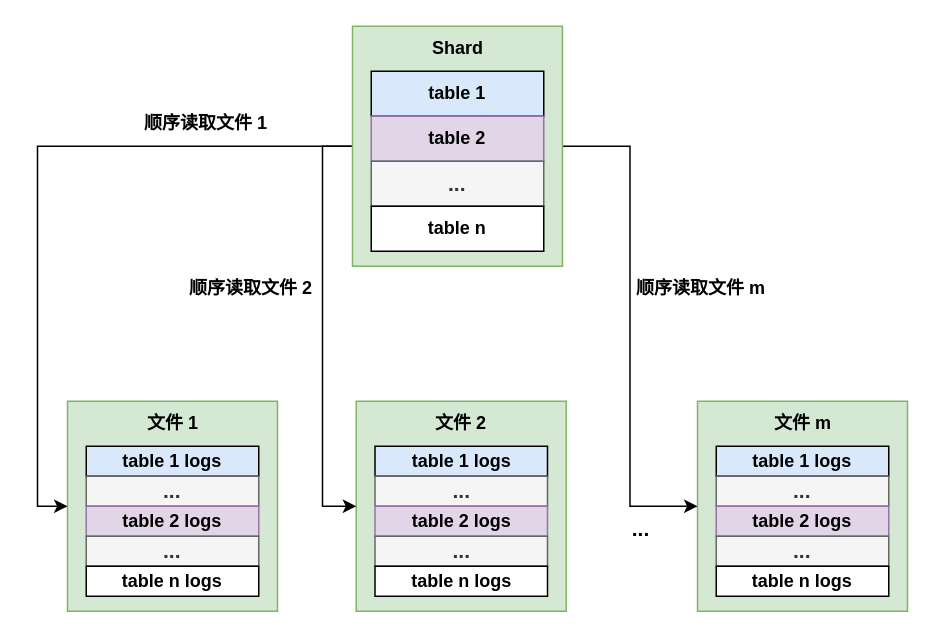
Rachelint/drawio-store keeps this draw.io diagram as rocksshard.drawio. Above is the earlier version. Source tidied: cells renumbered, new cells numbered last; positions are measured from the earlier drawing's top-left corner, leaving out a move shared by most shapes. Both pictures are drawn from the tidied source at 150%, with x=0, y=0 at pixel (68, 26).
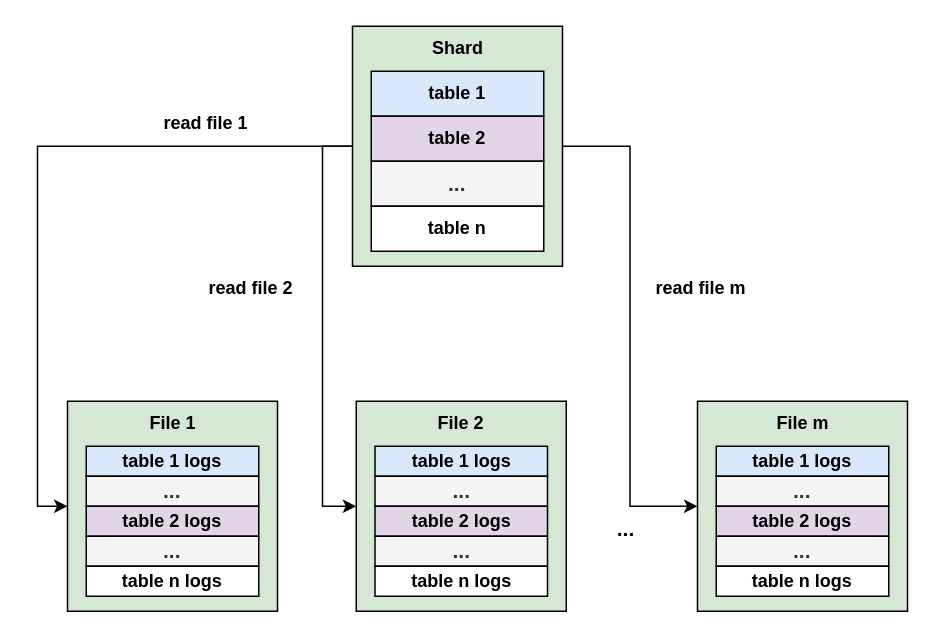
The same diagram, later.

What changed in the source:
```diff
@@
-    <mxCell id="2" style="rounded=0;whiteSpace=wrap;html=1;fillColor=#d5e8d4;strokeColor=#82b366;fontStyle=1;" parent="1" vertex="1">
+    <mxCell id="2" style="rounded=0;whiteSpace=wrap;html=1;fillColor=#d5e8d4;strokeColor=#000000;fontStyle=1;" parent="1" vertex="1">
       <mxGeometry x="419.5" y="250" width="140" height="140" as="geometry" />
     </mxCell>
-    <mxCell id="3" style="rounded=0;whiteSpace=wrap;html=1;fillColor=#d5e8d4;strokeColor=#82b366;fontStyle=1;" parent="1" vertex="1">
+    <mxCell id="3" style="rounded=0;whiteSpace=wrap;html=1;fillColor=#d5e8d4;strokeColor=#000000;fontStyle=1;" parent="1" vertex="1">
       <mxGeometry x="192" y="250" width="140" height="140" as="geometry" />
     </mxCell>
-    <mxCell id="4" style="rounded=0;whiteSpace=wrap;html=1;fillColor=#d5e8d4;strokeColor=#82b366;fontStyle=1;" parent="1" vertex="1">
+    <mxCell id="4" style="rounded=0;whiteSpace=wrap;html=1;fillColor=#d5e8d4;strokeColor=#000000;fontStyle=1;" parent="1" vertex="1">
       <mxGeometry x="-0.5" y="250" width="140" height="140" as="geometry" />
     </mxCell>
@@
-    <mxCell id="8" style="rounded=0;whiteSpace=wrap;html=1;fillColor=#d5e8d4;strokeColor=#82b366;fontStyle=1;" parent="1" vertex="1">
+    <mxCell id="8" style="rounded=0;whiteSpace=wrap;html=1;fillColor=#d5e8d4;strokeColor=#000000;fontStyle=1;" parent="1" vertex="1">
       <mxGeometry x="189.5" width="140" height="160" as="geometry" />
     </mxCell>
@@
-    <mxCell id="10" value="table 2" style="rounded=0;whiteSpace=wrap;html=1;fillColor=#e1d5e7;strokeColor=#9673a6;fontStyle=1;" parent="1" vertex="1">
+    <mxCell id="10" value="table 2" style="rounded=0;whiteSpace=wrap;html=1;fillColor=#e1d5e7;strokeColor=#000000;fontStyle=1;" parent="1" vertex="1">
       <mxGeometry x="202" y="60" width="115" height="30" as="geometry" />
     </mxCell>
-    <mxCell id="11" value="&lt;font style=&quot;font-size: 14px;&quot;&gt;&lt;span&gt;...&lt;/span&gt;&lt;/font&gt;" style="rounded=0;whiteSpace=wrap;html=1;fillColor=#f5f5f5;strokeColor=#666666;fontColor=#333333;fontStyle=1;" parent="1" vertex="1">
+    <mxCell id="11" value="&lt;font style=&quot;font-size: 14px;&quot;&gt;&lt;span&gt;...&lt;/span&gt;&lt;/font&gt;" style="rounded=0;whiteSpace=wrap;html=1;fillColor=#f5f5f5;strokeColor=#000000;fontColor=#333333;fontStyle=1;" parent="1" vertex="1">
       <mxGeometry x="202" y="90" width="115" height="30" as="geometry" />
     </mxCell>
-    <mxCell id="12" value="table n" style="rounded=0;whiteSpace=wrap;html=1;fontStyle=1;" parent="1" vertex="1">
+    <mxCell id="12" value="table n" style="rounded=0;whiteSpace=wrap;html=1;fontStyle=1;strokeColor=#000000;" parent="1" vertex="1">
       <mxGeometry x="202" y="120" width="115" height="30" as="geometry" />
     </mxCell>
@@
-    <mxCell id="15" value="&lt;font style=&quot;font-size: 14px;&quot;&gt;&lt;span&gt;...&lt;/span&gt;&lt;/font&gt;" style="rounded=0;whiteSpace=wrap;html=1;fillColor=#f5f5f5;strokeColor=#666666;fontColor=#333333;fontStyle=1;" parent="1" vertex="1">
+    <mxCell id="15" value="&lt;font style=&quot;font-size: 14px;&quot;&gt;&lt;span&gt;...&lt;/span&gt;&lt;/font&gt;" style="rounded=0;whiteSpace=wrap;html=1;fillColor=#f5f5f5;strokeColor=#000000;fontColor=#333333;fontStyle=1;" parent="1" vertex="1">
       <mxGeometry x="12" y="300" width="115" height="20" as="geometry" />
     </mxCell>
-    <mxCell id="16" value="table 2 logs" style="rounded=0;whiteSpace=wrap;html=1;fillColor=#e1d5e7;strokeColor=#9673a6;fontStyle=1;" parent="1" vertex="1">
+    <mxCell id="16" value="table 2 logs" style="rounded=0;whiteSpace=wrap;html=1;fillColor=#e1d5e7;strokeColor=#000000;fontStyle=1;" parent="1" vertex="1">
       <mxGeometry x="12" y="320" width="115" height="20" as="geometry" />
     </mxCell>
-    <mxCell id="17" value="&lt;font style=&quot;font-size: 14px;&quot;&gt;&lt;span&gt;...&lt;/span&gt;&lt;/font&gt;" style="rounded=0;whiteSpace=wrap;html=1;fillColor=#f5f5f5;strokeColor=#666666;fontColor=#333333;fontStyle=1;" parent="1" vertex="1">
+    <mxCell id="17" value="&lt;font style=&quot;font-size: 14px;&quot;&gt;&lt;span&gt;...&lt;/span&gt;&lt;/font&gt;" style="rounded=0;whiteSpace=wrap;html=1;fillColor=#f5f5f5;strokeColor=#000000;fontColor=#333333;fontStyle=1;" parent="1" vertex="1">
       <mxGeometry x="12" y="340" width="115" height="20" as="geometry" />
     </mxCell>
-    <mxCell id="18" value="table n logs" style="rounded=0;whiteSpace=wrap;html=1;fontStyle=1;" parent="1" vertex="1">
+    <mxCell id="18" value="table n logs" style="rounded=0;whiteSpace=wrap;html=1;fontStyle=1;strokeColor=#000000;" parent="1" vertex="1">
       <mxGeometry x="12" y="360" width="115" height="20" as="geometry" />
     </mxCell>
@@
-    <mxCell id="20" value="&lt;font style=&quot;font-size: 14px;&quot;&gt;&lt;span&gt;...&lt;/span&gt;&lt;/font&gt;" style="rounded=0;whiteSpace=wrap;html=1;fillColor=#f5f5f5;strokeColor=#666666;fontColor=#333333;fontStyle=1;" parent="1" vertex="1">
+    <mxCell id="20" value="&lt;font style=&quot;font-size: 14px;&quot;&gt;&lt;span&gt;...&lt;/span&gt;&lt;/font&gt;" style="rounded=0;whiteSpace=wrap;html=1;fillColor=#f5f5f5;strokeColor=#000000;fontColor=#333333;fontStyle=1;" parent="1" vertex="1">
       <mxGeometry x="204.5" y="300" width="115" height="20" as="geometry" />
     </mxCell>
-    <mxCell id="21" value="table 2 logs" style="rounded=0;whiteSpace=wrap;html=1;fillColor=#e1d5e7;strokeColor=#9673a6;fontStyle=1;" parent="1" vertex="1">
+    <mxCell id="21" value="table 2 logs" style="rounded=0;whiteSpace=wrap;html=1;fillColor=#e1d5e7;strokeColor=#000000;fontStyle=1;" parent="1" vertex="1">
       <mxGeometry x="204.5" y="320" width="115" height="20" as="geometry" />
     </mxCell>
-    <mxCell id="22" value="&lt;font style=&quot;font-size: 14px;&quot;&gt;&lt;span&gt;...&lt;/span&gt;&lt;/font&gt;" style="rounded=0;whiteSpace=wrap;html=1;fillColor=#f5f5f5;strokeColor=#666666;fontColor=#333333;fontStyle=1;" parent="1" vertex="1">
+    <mxCell id="22" value="&lt;font style=&quot;font-size: 14px;&quot;&gt;&lt;span&gt;...&lt;/span&gt;&lt;/font&gt;" style="rounded=0;whiteSpace=wrap;html=1;fillColor=#f5f5f5;strokeColor=#000000;fontColor=#333333;fontStyle=1;" parent="1" vertex="1">
       <mxGeometry x="204.5" y="340" width="115" height="20" as="geometry" />
     </mxCell>
-    <mxCell id="23" value="table n logs" style="rounded=0;whiteSpace=wrap;html=1;fontStyle=1;" parent="1" vertex="1">
+    <mxCell id="23" value="table n logs" style="rounded=0;whiteSpace=wrap;html=1;fontStyle=1;strokeColor=#000000;" parent="1" vertex="1">
       <mxGeometry x="204.5" y="360" width="115" height="20" as="geometry" />
     </mxCell>
@@
-    <mxCell id="25" value="&lt;font style=&quot;font-size: 14px;&quot;&gt;&lt;span&gt;...&lt;/span&gt;&lt;/font&gt;" style="rounded=0;whiteSpace=wrap;html=1;fillColor=#f5f5f5;strokeColor=#666666;fontColor=#333333;fontStyle=1;" parent="1" vertex="1">
+    <mxCell id="25" value="&lt;font style=&quot;font-size: 14px;&quot;&gt;&lt;span&gt;...&lt;/span&gt;&lt;/font&gt;" style="rounded=0;whiteSpace=wrap;html=1;fillColor=#f5f5f5;strokeColor=#000000;fontColor=#333333;fontStyle=1;" parent="1" vertex="1">
       <mxGeometry x="432" y="300" width="115" height="20" as="geometry" />
     </mxCell>
-    <mxCell id="26" value="table 2 logs" style="rounded=0;whiteSpace=wrap;html=1;fillColor=#e1d5e7;strokeColor=#9673a6;fontStyle=1;" parent="1" vertex="1">
+    <mxCell id="26" value="table 2 logs" style="rounded=0;whiteSpace=wrap;html=1;fillColor=#e1d5e7;strokeColor=#000000;fontStyle=1;" parent="1" vertex="1">
       <mxGeometry x="432" y="320" width="115" height="20" as="geometry" />
     </mxCell>
-    <mxCell id="27" value="&lt;font style=&quot;font-size: 14px;&quot;&gt;&lt;span&gt;...&lt;/span&gt;&lt;/font&gt;" style="rounded=0;whiteSpace=wrap;html=1;fillColor=#f5f5f5;strokeColor=#666666;fontColor=#333333;fontStyle=1;" parent="1" vertex="1">
+    <mxCell id="27" value="&lt;font style=&quot;font-size: 14px;&quot;&gt;&lt;span&gt;...&lt;/span&gt;&lt;/font&gt;" style="rounded=0;whiteSpace=wrap;html=1;fillColor=#f5f5f5;strokeColor=#000000;fontColor=#333333;fontStyle=1;" parent="1" vertex="1">
       <mxGeometry x="432" y="340" width="115" height="20" as="geometry" />
     </mxCell>
-    <mxCell id="28" value="table n logs" style="rounded=0;whiteSpace=wrap;html=1;fontStyle=1;" parent="1" vertex="1">
+    <mxCell id="28" value="table n logs" style="rounded=0;whiteSpace=wrap;html=1;fontStyle=1;strokeColor=#000000;" parent="1" vertex="1">
       <mxGeometry x="432" y="360" width="115" height="20" as="geometry" />
     </mxCell>
     <mxCell id="29" value="&lt;font style=&quot;font-size: 14px;&quot;&gt;&lt;span&gt;...&lt;/span&gt;&lt;br&gt;&lt;/font&gt;" style="text;html=1;strokeColor=none;fillColor=none;align=center;verticalAlign=middle;whiteSpace=wrap;rounded=0;fontStyle=1;" parent="1" vertex="1">
-      <mxGeometry x="352" y="320" width="60" height="30" as="geometry" />
+      <mxGeometry x="342" y="320" width="60" height="30" as="geometry" />
     </mxCell>
-    <mxCell id="30" value="文件 1" style="text;html=1;strokeColor=none;fillColor=none;align=center;verticalAlign=middle;whiteSpace=wrap;rounded=0;fontStyle=1;" parent="1" vertex="1">
+    <mxCell id="30" value="File 1" style="text;html=1;strokeColor=none;fillColor=none;align=center;verticalAlign=middle;whiteSpace=wrap;rounded=0;fontStyle=1;" parent="1" vertex="1">
       <mxGeometry x="39.5" y="250" width="60" height="30" as="geometry" />
     </mxCell>
-    <mxCell id="31" value="文件 2" style="text;html=1;strokeColor=none;fillColor=none;align=center;verticalAlign=middle;whiteSpace=wrap;rounded=0;fontStyle=1;" parent="1" vertex="1">
+    <mxCell id="31" value="File 2" style="text;html=1;strokeColor=none;fillColor=none;align=center;verticalAlign=middle;whiteSpace=wrap;rounded=0;fontStyle=1;" parent="1" vertex="1">
       <mxGeometry x="232" y="250" width="60" height="30" as="geometry" />
     </mxCell>
-    <mxCell id="32" value="文件 m" style="text;html=1;strokeColor=none;fillColor=none;align=center;verticalAlign=middle;whiteSpace=wrap;rounded=0;fontStyle=1;" parent="1" vertex="1">
+    <mxCell id="32" value="File m" style="text;html=1;strokeColor=none;fillColor=none;align=center;verticalAlign=middle;whiteSpace=wrap;rounded=0;fontStyle=1;" parent="1" vertex="1">
       <mxGeometry x="459.5" y="250" width="60" height="30" as="geometry" />
     </mxCell>
-    <mxCell id="33" value="顺序读取文件 1" style="text;html=1;strokeColor=none;fillColor=none;align=center;verticalAlign=middle;whiteSpace=wrap;rounded=0;fontStyle=1;" parent="1" vertex="1">
+    <mxCell id="33" value="read file 1" style="text;html=1;strokeColor=none;fillColor=none;align=center;verticalAlign=middle;whiteSpace=wrap;rounded=0;fontStyle=1;" parent="1" vertex="1">
       <mxGeometry x="42" y="50" width="100" height="30" as="geometry" />
     </mxCell>
-    <mxCell id="34" value="顺序读取文件 2" style="text;html=1;strokeColor=none;fillColor=none;align=center;verticalAlign=middle;whiteSpace=wrap;rounded=0;fontStyle=1;" parent="1" vertex="1">
+    <mxCell id="34" value="read file 2" style="text;html=1;strokeColor=none;fillColor=none;align=center;verticalAlign=middle;whiteSpace=wrap;rounded=0;fontStyle=1;" parent="1" vertex="1">
       <mxGeometry x="72" y="160" width="100" height="30" as="geometry" />
     </mxCell>
-    <mxCell id="35" value="顺序读取文件 m" style="text;html=1;strokeColor=none;fillColor=none;align=center;verticalAlign=middle;whiteSpace=wrap;rounded=0;fontStyle=1;" parent="1" vertex="1">
+    <mxCell id="35" value="read file m" style="text;html=1;strokeColor=none;fillColor=none;align=center;verticalAlign=middle;whiteSpace=wrap;rounded=0;fontStyle=1;" parent="1" vertex="1">
       <mxGeometry x="372" y="160" width="100" height="30" as="geometry" />
     </mxCell>
```
